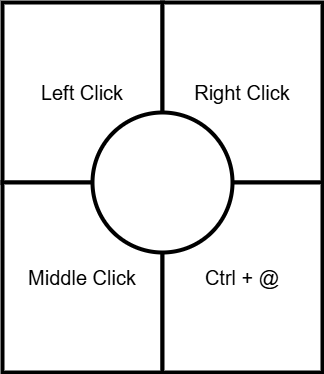
Earlier version of the draw.io export img/slimblade.dio.png (saitoperf/autohotkey). Source tidied: cells renumbered, new cells last; positions are measured from the earlier drawing's top-left corner, leaving out a move shared by most shapes. Its diagram source:
```xml
<mxGraphModel>
  <root>
    <mxCell id="0" />
    <mxCell id="1" parent="0" />
    <mxCell id="2" value="Left Click" style="rounded=0;whiteSpace=wrap;fillColor=light-dark(#FFFFFF,#CC0000);strokeWidth=4;fontSize=20;html=1;" parent="1" vertex="1">
      <mxGeometry width="160" height="180" as="geometry" />
    </mxCell>
    <mxCell id="3" value="Middle Click" style="rounded=0;whiteSpace=wrap;fillColor=light-dark(#FFFFFF,#CC0000);strokeWidth=4;fontSize=20;html=1;" parent="1" vertex="1">
      <mxGeometry y="180" width="160" height="190" as="geometry" />
    </mxCell>
    <mxCell id="4" value="Right Click" style="rounded=0;whiteSpace=wrap;fillColor=light-dark(#FFFFFF,#CC0000);strokeWidth=4;fontSize=20;html=1;" parent="1" vertex="1">
      <mxGeometry x="160" width="160" height="180" as="geometry" />
    </mxCell>
    <mxCell id="5" value="Ctrl + @" style="rounded=0;whiteSpace=wrap;fillColor=light-dark(#FFFFFF,#CC0000);strokeWidth=4;fontSize=20;html=1;" parent="1" vertex="1">
      <mxGeometry x="160" y="180" width="160" height="190" as="geometry" />
    </mxCell>
    <mxCell id="6" style="ellipse;whiteSpace=wrap;html=1;strokeWidth=4;" parent="1" vertex="1">
      <mxGeometry x="90" y="110" width="140" height="140" as="geometry" />
    </mxCell>
  </root>
</mxGraphModel>
```
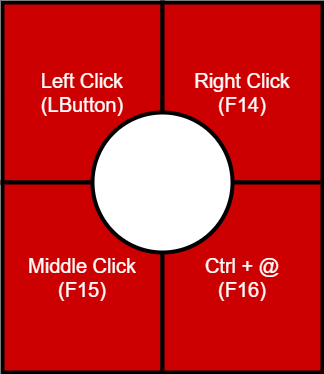
The same file after the commit.

Diff of the diagram source:
```diff
@@ -1,20 +1,20 @@
-<mxGraphModel>
+<mxGraphModel shadow="1">
   <root>
     <mxCell id="0" />
     <mxCell id="1" parent="0" />
-    <mxCell id="2" value="Left Click" style="rounded=0;whiteSpace=wrap;fillColor=light-dark(#FFFFFF,#CC0000);strokeWidth=4;fontSize=20;html=1;" parent="1" vertex="1">
+    <mxCell id="2" value="Left Click&#10;(LButton)" style="rounded=0;fillColor=light-dark(#CC0000,#CC0000);strokeWidth=4;fontSize=20;gradientColor=none;whiteSpace=wrap;textShadow=0;labelBorderColor=none;labelBackgroundColor=none;fontColor=#FFFFFF;shadow=0;" parent="1" vertex="1">
       <mxGeometry width="160" height="180" as="geometry" />
     </mxCell>
-    <mxCell id="3" value="Middle Click" style="rounded=0;whiteSpace=wrap;fillColor=light-dark(#FFFFFF,#CC0000);strokeWidth=4;fontSize=20;html=1;" parent="1" vertex="1">
+    <mxCell id="3" value="Middle Click&#10;(F15)" style="rounded=0;fillColor=light-dark(#CC0000,#CC0000);strokeWidth=4;fontSize=20;gradientColor=none;whiteSpace=wrap;textShadow=0;labelBorderColor=none;labelBackgroundColor=none;fontColor=#FFFFFF;shadow=0;" parent="1" vertex="1">
       <mxGeometry y="180" width="160" height="190" as="geometry" />
     </mxCell>
-    <mxCell id="4" value="Right Click" style="rounded=0;whiteSpace=wrap;fillColor=light-dark(#FFFFFF,#CC0000);strokeWidth=4;fontSize=20;html=1;" parent="1" vertex="1">
+    <mxCell id="4" value="Right Click&#10;(F14)" style="rounded=0;fillColor=light-dark(#CC0000,#CC0000);strokeWidth=4;fontSize=20;gradientColor=none;whiteSpace=wrap;textShadow=0;labelBorderColor=none;labelBackgroundColor=none;fontColor=#FFFFFF;shadow=0;" parent="1" vertex="1">
       <mxGeometry x="160" width="160" height="180" as="geometry" />
     </mxCell>
-    <mxCell id="5" value="Ctrl + @" style="rounded=0;whiteSpace=wrap;fillColor=light-dark(#FFFFFF,#CC0000);strokeWidth=4;fontSize=20;html=1;" parent="1" vertex="1">
+    <mxCell id="5" value="Ctrl + @&#10;(F16)" style="rounded=0;fillColor=light-dark(#CC0000,#CC0000);strokeWidth=4;fontSize=20;gradientColor=none;whiteSpace=wrap;textShadow=0;labelBorderColor=none;labelBackgroundColor=none;fontColor=#FFFFFF;shadow=0;" parent="1" vertex="1">
       <mxGeometry x="160" y="180" width="160" height="190" as="geometry" />
     </mxCell>
-    <mxCell id="6" style="ellipse;whiteSpace=wrap;html=1;strokeWidth=4;" parent="1" vertex="1">
+    <mxCell id="6" style="ellipse;strokeWidth=4;rounded=0;whiteSpace=wrap;textShadow=1;labelBorderColor=none;labelBackgroundColor=none;fontColor=default;shadow=0;" parent="1" vertex="1">
       <mxGeometry x="90" y="110" width="140" height="140" as="geometry" />
     </mxCell>
   </root>
```
